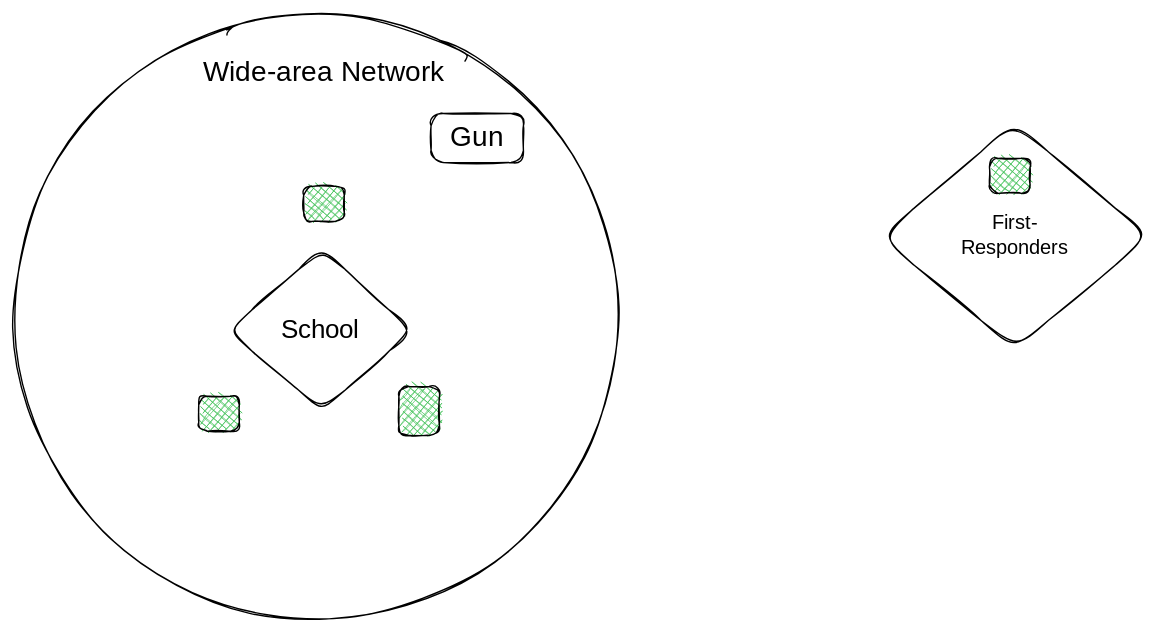
Earlier version of the Excalidraw export .gitbook/assets/file.excalidraw (1).svg (civichacker/anti-oppressive). Source tidied: one line per element, renumbered; positions are measured from the earlier drawing's top-left corner, leaving out a move shared by most shapes. Source of this version:
```json
{"id": 0, "type": "ellipse", "strokeColor": "#000000", "strokeWidth": 1, "roughness": 1, "round": true, "x": 0, "y": 0, "width": 432, "height": 432}
{"id": 1, "type": "diamond", "strokeColor": "#000000", "strokeWidth": 1, "roughness": 1, "round": true, "x": 153, "y": 168, "width": 132, "height": 115}
{"id": 2, "type": "text", "text": "School", "strokeColor": "#000000", "strokeWidth": 1, "roughness": 1, "fontSize": 18.67, "fontFamily": 1, "textAlign": "center", "verticalAlign": "middle", "inside": 1, "x": 191, "y": 214, "width": 56, "height": 23}
{"id": 3, "type": "rectangle", "strokeColor": "#000000", "strokeWidth": 1, "roughness": 1, "round": true, "x": 298, "y": 71, "width": 66, "height": 35}
{"id": 4, "type": "text", "text": "Gun", "strokeColor": "#000000", "strokeWidth": 1, "roughness": 1, "fontSize": 20, "fontFamily": 1, "textAlign": "center", "verticalAlign": "middle", "inside": 3, "x": 313, "y": 76, "width": 36, "height": 25}
{"id": 5, "type": "text", "text": "Wide-area Network", "strokeColor": "#000000", "strokeWidth": 1, "roughness": 1, "fontSize": 20, "fontFamily": 1, "x": 135, "y": 30, "width": 183, "height": 25}
{"id": 6, "type": "diamond", "strokeColor": "#000000", "strokeWidth": 1, "roughness": 1, "round": true, "x": 619, "y": 78, "width": 192, "height": 161}
{"id": 7, "type": "text", "text": "First-\nResponders", "strokeColor": "#000000", "strokeWidth": 1, "roughness": 1, "fontSize": 14.58, "fontFamily": 1, "textAlign": "center", "verticalAlign": "middle", "inside": 6, "x": 676, "y": 141, "width": 78, "height": 36}
{"id": 8, "type": "rectangle", "strokeColor": "#000000", "backgroundColor": "#40c057", "fillStyle": "cross-hatch", "strokeWidth": 1, "roughness": 1, "round": true, "x": 207, "y": 123, "width": 29, "height": 25}
{"id": 9, "type": "rectangle", "strokeColor": "#000000", "backgroundColor": "#40c057", "fillStyle": "cross-hatch", "strokeWidth": 1, "roughness": 1, "round": true, "x": 697, "y": 103, "width": 29, "height": 25}
{"id": 10, "type": "rectangle", "strokeColor": "#000000", "backgroundColor": "#40c057", "fillStyle": "cross-hatch", "strokeWidth": 1, "roughness": 1, "round": true, "x": 275, "y": 266, "width": 29, "height": 35}
{"id": 11, "type": "rectangle", "strokeColor": "#000000", "backgroundColor": "#40c057", "fillStyle": "cross-hatch", "strokeWidth": 1, "roughness": 1, "round": true, "x": 132, "y": 273, "width": 29, "height": 25}
```
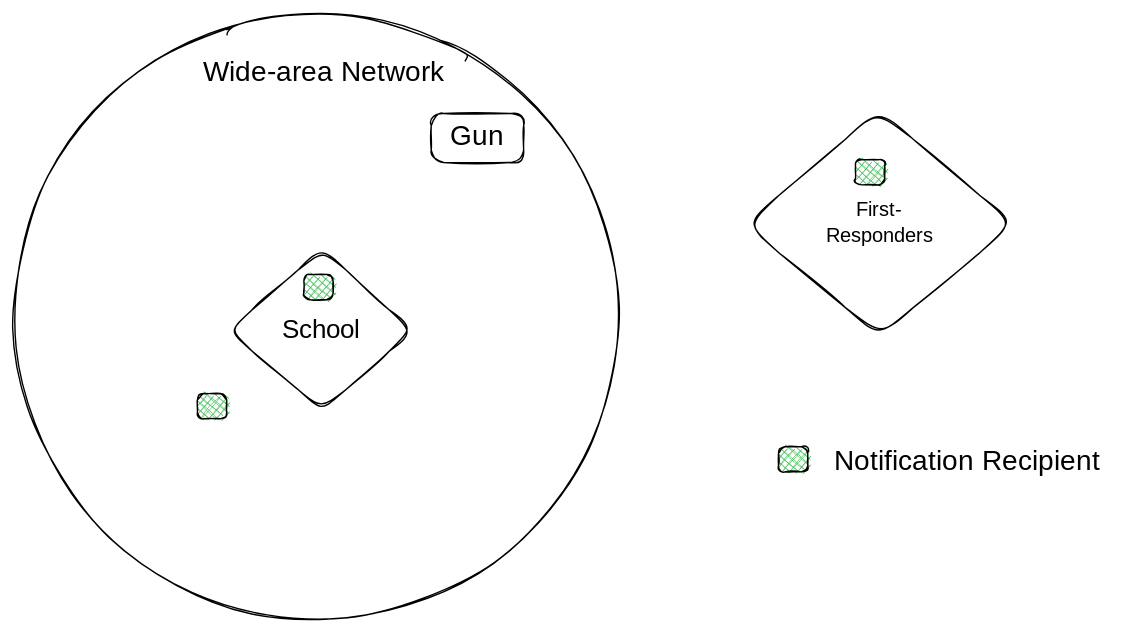
After the change.

Commit message:
GITBOOK-12: change request with no subject merged in GitBook

What changed in the source:
```diff
@@ -4,9 +4,10 @@
 {"id": 3, "type": "rectangle", "strokeColor": "#000000", "strokeWidth": 1, "roughness": 1, "round": true, "x": 298, "y": 71, "width": 66, "height": 35}
 {"id": 4, "type": "text", "text": "Gun", "strokeColor": "#000000", "strokeWidth": 1, "roughness": 1, "fontSize": 20, "fontFamily": 1, "textAlign": "center", "verticalAlign": "middle", "inside": 3, "x": 313, "y": 76, "width": 36, "height": 25}
 {"id": 5, "type": "text", "text": "Wide-area Network", "strokeColor": "#000000", "strokeWidth": 1, "roughness": 1, "fontSize": 20, "fontFamily": 1, "x": 135, "y": 30, "width": 183, "height": 25}
-{"id": 6, "type": "diamond", "strokeColor": "#000000", "strokeWidth": 1, "roughness": 1, "round": true, "x": 619, "y": 78, "width": 192, "height": 161}
+{"id": 6, "type": "diamond", "strokeColor": "#000000", "strokeWidth": 1, "roughness": 1, "round": true, "x": 522, "y": 69, "width": 192, "height": 161}
-{"id": 7, "type": "text", "text": "First-\nResponders", "strokeColor": "#000000", "strokeWidth": 1, "roughness": 1, "fontSize": 14.58, "fontFamily": 1, "textAlign": "center", "verticalAlign": "middle", "inside": 6, "x": 676, "y": 141, "width": 78, "height": 36}
+{"id": 7, "type": "text", "text": "First-\nResponders", "strokeColor": "#000000", "strokeWidth": 1, "roughness": 1, "fontSize": 14.58, "fontFamily": 1, "textAlign": "center", "verticalAlign": "middle", "inside": 6, "x": 579, "y": 132, "width": 78, "height": 36}
-{"id": 8, "type": "rectangle", "strokeColor": "#000000", "backgroundColor": "#40c057", "fillStyle": "cross-hatch", "strokeWidth": 1, "roughness": 1, "round": true, "x": 207, "y": 123, "width": 29, "height": 25}
-{"id": 9, "type": "rectangle", "strokeColor": "#000000", "backgroundColor": "#40c057", "fillStyle": "cross-hatch", "strokeWidth": 1, "roughness": 1, "round": true, "x": 697, "y": 103, "width": 29, "height": 25}
-{"id": 10, "type": "rectangle", "strokeColor": "#000000", "backgroundColor": "#40c057", "fillStyle": "cross-hatch", "strokeWidth": 1, "roughness": 1, "round": true, "x": 275, "y": 266, "width": 29, "height": 35}
-{"id": 11, "type": "rectangle", "strokeColor": "#000000", "backgroundColor": "#40c057", "fillStyle": "cross-hatch", "strokeWidth": 1, "roughness": 1, "round": true, "x": 132, "y": 273, "width": 29, "height": 25}
+{"id": 11, "type": "rectangle", "strokeColor": "#000000", "backgroundColor": "#40c057", "fillStyle": "cross-hatch", "strokeWidth": 1, "roughness": 1, "round": true, "x": 131, "y": 271, "width": 21, "height": 18}
+{"id": 12, "type": "rectangle", "strokeColor": "#000000", "backgroundColor": "#40c057", "fillStyle": "cross-hatch", "strokeWidth": 1, "roughness": 1, "round": true, "x": 207, "y": 186, "width": 21, "height": 18}
+{"id": 13, "type": "rectangle", "strokeColor": "#000000", "backgroundColor": "#40c057", "fillStyle": "cross-hatch", "strokeWidth": 1, "roughness": 1, "round": true, "x": 601, "y": 104, "width": 21, "height": 18}
+{"id": 14, "type": "rectangle", "strokeColor": "#000000", "backgroundColor": "#40c057", "fillStyle": "cross-hatch", "strokeWidth": 1, "roughness": 1, "round": true, "x": 546, "y": 309, "width": 21, "height": 18}
+{"id": 15, "type": "text", "text": "Notification Recipient", "strokeColor": "#000000", "strokeWidth": 1, "roughness": 1, "fontSize": 20, "fontFamily": 1, "x": 586, "y": 308, "width": 208, "height": 25}
```
